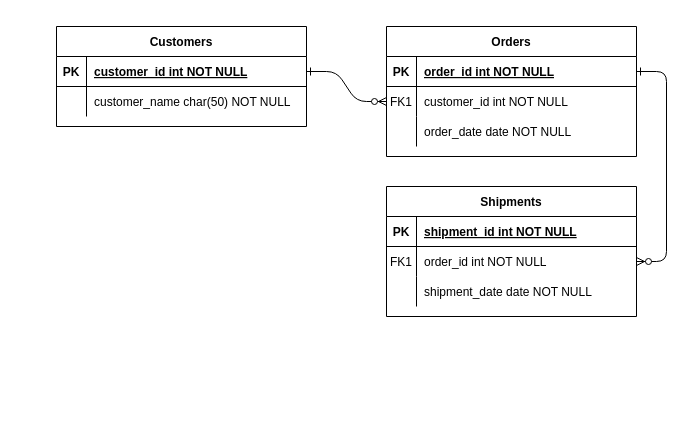
Above: Untitled Diagram.drawio in dev88jerry/AeroPlane-Chess (draw.io), before the change. Source tidied: cells renumbered, new cells numbered last; positions are measured from the earlier drawing's top-left corner, leaving out a move shared by most shapes. Both pictures are drawn from the tidied source at 100%, with x=0, y=0 at pixel (56, 26).
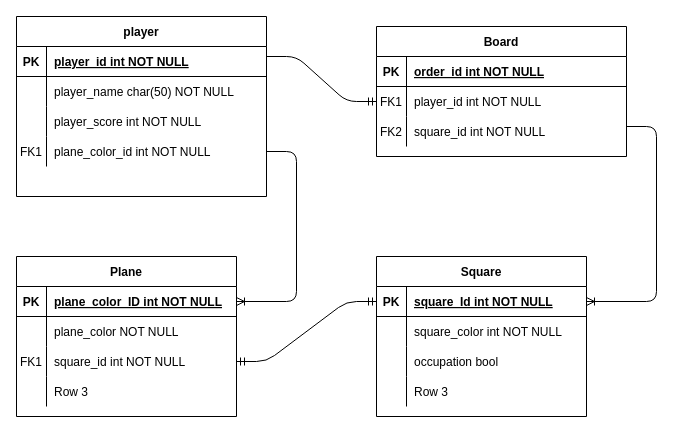
Above is the later version.

Unchanged cells that the change refers to:
```xml
<mxCell id="5" style="shape=partialRectangle;fillColor=none;points=[[0,0.5],[1,0.5]];portConstraint=eastwest;top=0;left=0;right=0;bottom=1;" parent="4" vertex="1">
  <mxGeometry y="30" width="250" height="30" as="geometry" />
</mxCell>
<mxCell id="8" style="shape=partialRectangle;fillColor=none;points=[[0,0.5],[1,0.5]];portConstraint=eastwest;top=0;left=0;right=0;bottom=0;" parent="4" vertex="1">
  <mxGeometry y="60" width="250" height="30" as="geometry" />
</mxCell>
<mxCell id="11" style="shape=partialRectangle;fillColor=none;top=0;left=0;right=0;bottom=0;" parent="4" vertex="1">
  <mxGeometry y="90" width="250" height="30" as="geometry" />
</mxCell>
<mxCell id="25" style="shape=partialRectangle;fillColor=none;points=[[0,0.5],[1,0.5]];portConstraint=eastwest;top=0;left=0;right=0;bottom=1;" parent="24" vertex="1">
  <mxGeometry y="30" width="250" height="30" as="geometry" />
</mxCell>
<mxCell id="28" style="shape=partialRectangle;fillColor=none;top=0;left=0;right=0;bottom=0;" parent="24" vertex="1">
  <mxGeometry y="60" width="250" height="30" as="geometry" />
</mxCell>
```

What changed in the source:
```diff
@@
-    <mxCell id="2" style="edgeStyle=entityRelationEdgeStyle;endArrow=ERzeroToMany;startArrow=ERone;endFill=1;startFill=0;" parent="1" edge="1" source="25" target="8">
-      <mxGeometry relative="1" as="geometry" />
-    </mxCell>
-    <mxCell id="3" style="edgeStyle=entityRelationEdgeStyle;endArrow=ERzeroToMany;startArrow=ERone;endFill=1;startFill=0;" parent="1" edge="1" source="5" target="18">
-      <mxGeometry relative="1" as="geometry" />
-    </mxCell>
-    <mxCell id="4" value="Orders" style="shape=table;startSize=30;childLayout=tableLayout;rowLines=0;fontStyle=1;align=center;" parent="1" vertex="1">
-      <mxGeometry x="330" width="250" height="130" as="geometry" />
+    <mxCell id="4" value="Board" style="shape=table;startSize=30;childLayout=tableLayout;rowLines=0;fontStyle=1;align=center;" parent="1" vertex="1">
+      <mxGeometry x="320" width="250" height="130" as="geometry" />
     </mxCell>
@@
-    <mxCell id="10" value="customer_id int NOT NULL" style="shape=partialRectangle;overflow=hidden;fillColor=none;top=0;left=0;bottom=0;right=0;align=left;spacingLeft=6;" parent="8" vertex="1">
+    <mxCell id="10" value="player_id int NOT NULL" style="shape=partialRectangle;overflow=hidden;fillColor=none;top=0;left=0;bottom=0;right=0;align=left;spacingLeft=6;" parent="8" vertex="1">
       <mxGeometry x="30" width="220" height="30" as="geometry" />
     </mxCell>
@@
-    <mxCell id="12" style="shape=partialRectangle;overflow=hidden;fillColor=none;top=0;left=0;bottom=0;right=0;" parent="11" vertex="1">
+    <mxCell id="12" value="FK2" style="shape=partialRectangle;overflow=hidden;fillColor=none;top=0;left=0;bottom=0;right=0;" parent="11" vertex="1">
       <mxGeometry width="30" height="30" as="geometry" />
     </mxCell>
-    <mxCell id="13" value="order_date date NOT NULL" style="shape=partialRectangle;overflow=hidden;fillColor=none;top=0;left=0;bottom=0;right=0;align=left;spacingLeft=6;" parent="11" vertex="1">
+    <mxCell id="13" value="square_id int NOT NULL" style="shape=partialRectangle;overflow=hidden;fillColor=none;top=0;left=0;bottom=0;right=0;align=left;spacingLeft=6;" parent="11" vertex="1">
       <mxGeometry x="30" width="220" height="30" as="geometry" />
     </mxCell>
-    <mxCell id="14" value="Shipments" style="shape=table;startSize=30;childLayout=tableLayout;rowLines=0;fontStyle=1;align=center;" parent="1" vertex="1">
-      <mxGeometry x="330" y="160" width="250" height="130" as="geometry" />
-    </mxCell>
-    <mxCell id="15" style="shape=partialRectangle;fillColor=none;top=0;left=0;right=0;bottom=1;" parent="14" vertex="1">
-      <mxGeometry y="30" width="250" height="30" as="geometry" />
-    </mxCell>
-    <mxCell id="16" value="PK" style="shape=partialRectangle;overflow=hidden;fillColor=none;top=0;left=0;bottom=0;right=0;fontStyle=1;" parent="15" vertex="1">
-      <mxGeometry width="30" height="30" as="geometry" />
-    </mxCell>
-    <mxCell id="17" value="shipment_id int NOT NULL " style="shape=partialRectangle;overflow=hidden;fillColor=none;top=0;left=0;bottom=0;right=0;align=left;spacingLeft=6;fontStyle=5;" parent="15" vertex="1">
-      <mxGeometry x="30" width="220" height="30" as="geometry" />
-    </mxCell>
-    <mxCell id="18" style="shape=partialRectangle;fillColor=none;points=[[0,0.5],[1,0.5]];portConstraint=eastwest;top=0;left=0;right=0;bottom=0;" parent="14" vertex="1">
-      <mxGeometry y="60" width="250" height="30" as="geometry" />
-    </mxCell>
-    <mxCell id="19" value="FK1" style="shape=partialRectangle;overflow=hidden;fillColor=none;top=0;left=0;bottom=0;right=0;" parent="18" vertex="1">
-      <mxGeometry width="30" height="30" as="geometry" />
-    </mxCell>
-    <mxCell id="20" value="order_id int NOT NULL" style="shape=partialRectangle;overflow=hidden;fillColor=none;top=0;left=0;bottom=0;right=0;align=left;spacingLeft=6;" parent="18" vertex="1">
-      <mxGeometry x="30" width="220" height="30" as="geometry" />
-    </mxCell>
-    <mxCell id="21" style="shape=partialRectangle;fillColor=none;top=0;left=0;right=0;bottom=0;" parent="14" vertex="1">
-      <mxGeometry y="90" width="250" height="30" as="geometry" />
-    </mxCell>
-    <mxCell id="22" style="shape=partialRectangle;overflow=hidden;fillColor=none;top=0;left=0;bottom=0;right=0;" parent="21" vertex="1">
-      <mxGeometry width="30" height="30" as="geometry" />
-    </mxCell>
-    <mxCell id="23" value="shipment_date date NOT NULL" style="shape=partialRectangle;overflow=hidden;fillColor=none;top=0;left=0;bottom=0;right=0;align=left;spacingLeft=6;" parent="21" vertex="1">
-      <mxGeometry x="30" width="220" height="30" as="geometry" />
-    </mxCell>
-    <mxCell id="24" value="Customers" style="shape=table;startSize=30;childLayout=tableLayout;rowLines=0;fontStyle=1;align=center;" parent="1" vertex="1">
-      <mxGeometry width="250" height="100" as="geometry" />
+    <mxCell id="24" value="player" style="shape=table;startSize=30;childLayout=tableLayout;rowLines=0;fontStyle=1;align=center;" parent="1" vertex="1">
+      <mxGeometry x="-40" y="-10" width="250" height="180" as="geometry" />
     </mxCell>
@@
-    <mxCell id="27" value="customer_id int NOT NULL " style="shape=partialRectangle;overflow=hidden;fillColor=none;top=0;left=0;bottom=0;right=0;align=left;spacingLeft=6;fontStyle=5;" parent="25" vertex="1">
+    <mxCell id="27" value="player_id int NOT NULL " style="shape=partialRectangle;overflow=hidden;fillColor=none;top=0;left=0;bottom=0;right=0;align=left;spacingLeft=6;fontStyle=5;" parent="25" vertex="1">
       <mxGeometry x="30" width="220" height="30" as="geometry" />
     </mxCell>
@@
-    <mxCell id="30" value="customer_name char(50) NOT NULL" style="shape=partialRectangle;overflow=hidden;fillColor=none;top=0;left=0;bottom=0;right=0;align=left;spacingLeft=6;" parent="28" vertex="1">
+    <mxCell id="30" value="player_name char(50) NOT NULL" style="shape=partialRectangle;overflow=hidden;fillColor=none;top=0;left=0;bottom=0;right=0;align=left;spacingLeft=6;" parent="28" vertex="1">
       <mxGeometry x="30" width="220" height="30" as="geometry" />
     </mxCell>
+    <mxCell id="31" style="shape=partialRectangle;fillColor=none;top=0;left=0;bottom=0;right=0;" parent="24" vertex="1">
+      <mxGeometry y="90" width="250" height="30" as="geometry" />
+    </mxCell>
+    <mxCell id="32" style="shape=partialRectangle;fillColor=none;top=0;left=0;bottom=0;right=0;overflow=hidden;" parent="31" vertex="1">
+      <mxGeometry width="30" height="30" as="geometry" />
+    </mxCell>
+    <mxCell id="33" value="player_score int NOT NULL" style="shape=partialRectangle;fillColor=none;top=0;left=0;bottom=0;right=0;align=left;spacingLeft=6;overflow=hidden;" parent="31" vertex="1">
+      <mxGeometry x="30" width="220" height="30" as="geometry" />
+    </mxCell>
+    <mxCell id="34" style="shape=partialRectangle;fillColor=none;top=0;left=0;bottom=0;right=0;points=[[0,0.5],[1,0.5]];portConstraint=eastwest;" parent="24" vertex="1">
+      <mxGeometry y="120" width="250" height="30" as="geometry" />
+    </mxCell>
+    <mxCell id="35" value="FK1" style="shape=partialRectangle;fillColor=none;top=0;left=0;bottom=0;right=0;overflow=hidden;" parent="34" vertex="1">
+      <mxGeometry width="30" height="30" as="geometry" />
+    </mxCell>
+    <mxCell id="36" value="plane_color_id int NOT NULL" style="shape=partialRectangle;fillColor=none;top=0;left=0;bottom=0;right=0;align=left;spacingLeft=6;overflow=hidden;" parent="34" vertex="1">
+      <mxGeometry x="30" width="220" height="30" as="geometry" />
+    </mxCell>
+    <mxCell id="37" value="Square" style="shape=table;startSize=30;childLayout=tableLayout;rowLines=0;fontStyle=1;align=center;" parent="1" vertex="1">
+      <mxGeometry x="320" y="230" width="210" height="160" as="geometry" />
+    </mxCell>
+    <mxCell id="38" style="shape=partialRectangle;fillColor=none;top=0;left=0;bottom=1;right=0;points=[[0,0.5],[1,0.5]];portConstraint=eastwest;" parent="37" vertex="1">
+      <mxGeometry y="30" width="210" height="30" as="geometry" />
+    </mxCell>
+    <mxCell id="39" value="PK" style="shape=partialRectangle;fillColor=none;top=0;left=0;bottom=0;right=0;fontStyle=1;overflow=hidden;" parent="38" vertex="1">
+      <mxGeometry width="30" height="30" as="geometry" />
+    </mxCell>
+    <mxCell id="40" value="square_Id int NOT NULL" style="shape=partialRectangle;fillColor=none;top=0;left=0;bottom=0;right=0;align=left;spacingLeft=6;fontStyle=5;overflow=hidden;" parent="38" vertex="1">
+      <mxGeometry x="30" width="180" height="30" as="geometry" />
+    </mxCell>
+    <mxCell id="41" style="shape=partialRectangle;fillColor=none;top=0;left=0;bottom=0;right=0;" parent="37" vertex="1">
+      <mxGeometry y="60" width="210" height="30" as="geometry" />
+    </mxCell>
+    <mxCell id="42" style="shape=partialRectangle;fillColor=none;top=0;left=0;bottom=0;right=0;overflow=hidden;" parent="41" vertex="1">
+      <mxGeometry width="30" height="30" as="geometry" />
+    </mxCell>
+    <mxCell id="43" value="square_color int NOT NULL" style="shape=partialRectangle;fillColor=none;top=0;left=0;bottom=0;right=0;align=left;spacingLeft=6;overflow=hidden;" parent="41" vertex="1">
+      <mxGeometry x="30" width="180" height="30" as="geometry" />
+    </mxCell>
+    <mxCell id="44" style="shape=partialRectangle;fillColor=none;top=0;left=0;bottom=0;right=0;" parent="37" vertex="1">
+      <mxGeometry y="90" width="210" height="30" as="geometry" />
+    </mxCell>
+    <mxCell id="45" style="shape=partialRectangle;fillColor=none;top=0;left=0;bottom=0;right=0;overflow=hidden;" parent="44" vertex="1">
+      <mxGeometry width="30" height="30" as="geometry" />
+    </mxCell>
+    <mxCell id="46" value="occupation bool" style="shape=partialRectangle;fillColor=none;top=0;left=0;bottom=0;right=0;align=left;spacingLeft=6;overflow=hidden;" parent="44" vertex="1">
+      <mxGeometry x="30" width="180" height="30" as="geometry" />
+    </mxCell>
+    <mxCell id="47" style="shape=partialRectangle;fillColor=none;top=0;left=0;bottom=0;right=0;" parent="37" vertex="1">
+      <mxGeometry y="120" width="210" height="30" as="geometry" />
+    </mxCell>
+    <mxCell id="48" style="shape=partialRectangle;fillColor=none;top=0;left=0;bottom=0;right=0;overflow=hidden;" parent="47" vertex="1">
+      <mxGeometry width="30" height="30" as="geometry" />
+    </mxCell>
+    <mxCell id="49" value="Row 3" style="shape=partialRectangle;fillColor=none;top=0;left=0;bottom=0;right=0;align=left;spacingLeft=6;overflow=hidden;" parent="47" vertex="1">
+      <mxGeometry x="30" width="180" height="30" as="geometry" />
+    </mxCell>
+    <mxCell id="50" style="edgeStyle=entityRelationEdgeStyle;fontSize=12;html=1;endArrow=ERmandOne;" parent="1" edge="1" target="8">
+      <mxGeometry relative="1" as="geometry">
+        <mxPoint x="210" y="30" as="sourcePoint" />
+      </mxGeometry>
+    </mxCell>
+    <mxCell id="51" style="edgeStyle=entityRelationEdgeStyle;fontSize=12;html=1;endArrow=ERoneToMany;" parent="1" edge="1" target="38">
+      <mxGeometry relative="1" as="geometry">
+        <mxPoint x="570" y="100" as="sourcePoint" />
+      </mxGeometry>
+    </mxCell>
+    <mxCell id="52" value="Plane" style="shape=table;startSize=30;childLayout=tableLayout;rowLines=0;fontStyle=1;align=center;" parent="1" vertex="1">
+      <mxGeometry x="-40" y="230" width="220" height="160" as="geometry" />
+    </mxCell>
+    <mxCell id="53" style="shape=partialRectangle;fillColor=none;top=0;left=0;bottom=1;right=0;points=[[0,0.5],[1,0.5]];portConstraint=eastwest;" parent="52" vertex="1">
+      <mxGeometry y="30" width="220" height="30" as="geometry" />
+    </mxCell>
+    <mxCell id="54" value="PK" style="shape=partialRectangle;fillColor=none;top=0;left=0;bottom=0;right=0;fontStyle=1;overflow=hidden;" parent="53" vertex="1">
+      <mxGeometry width="30" height="30" as="geometry" />
+    </mxCell>
+    <mxCell id="55" value="plane_color_ID int NOT NULL" style="shape=partialRectangle;fillColor=none;top=0;left=0;bottom=0;right=0;align=left;spacingLeft=6;fontStyle=5;overflow=hidden;" parent="53" vertex="1">
+      <mxGeometry x="30" width="190" height="30" as="geometry" />
+    </mxCell>
+    <mxCell id="56" style="shape=partialRectangle;fillColor=none;top=0;left=0;bottom=0;right=0;" parent="52" vertex="1">
+      <mxGeometry y="60" width="220" height="30" as="geometry" />
+    </mxCell>
+    <mxCell id="57" style="shape=partialRectangle;fillColor=none;top=0;left=0;bottom=0;right=0;overflow=hidden;" parent="56" vertex="1">
+      <mxGeometry width="30" height="30" as="geometry" />
+    </mxCell>
+    <mxCell id="58" value="plane_color NOT NULL " style="shape=partialRectangle;fillColor=none;top=0;left=0;bottom=0;right=0;align=left;spacingLeft=6;overflow=hidden;" parent="56" vertex="1">
+      <mxGeometry x="30" width="190" height="30" as="geometry" />
+    </mxCell>
+    <mxCell id="59" style="shape=partialRectangle;fillColor=none;top=0;left=0;bottom=0;right=0;points=[[0,0.5],[1,0.5]];portConstraint=eastwest;" parent="52" vertex="1">
+      <mxGeometry y="90" width="220" height="30" as="geometry" />
+    </mxCell>
+    <mxCell id="60" value="FK1" style="shape=partialRectangle;fillColor=none;top=0;left=0;bottom=0;right=0;overflow=hidden;" parent="59" vertex="1">
+      <mxGeometry width="30" height="30" as="geometry" />
+    </mxCell>
+    <mxCell id="61" value="square_id int NOT NULL " style="shape=partialRectangle;fillColor=none;top=0;left=0;bottom=0;right=0;align=left;spacingLeft=6;overflow=hidden;" parent="59" vertex="1">
+      <mxGeometry x="30" width="190" height="30" as="geometry" />
+    </mxCell>
+    <mxCell id="62" style="shape=partialRectangle;fillColor=none;top=0;left=0;bottom=0;right=0;" parent="52" vertex="1">
+      <mxGeometry y="120" width="220" height="30" as="geometry" />
+    </mxCell>
+    <mxCell id="63" style="shape=partialRectangle;fillColor=none;top=0;left=0;bottom=0;right=0;overflow=hidden;" parent="62" vertex="1">
+      <mxGeometry width="30" height="30" as="geometry" />
+    </mxCell>
+    <mxCell id="64" value="Row 3" style="shape=partialRectangle;fillColor=none;top=0;left=0;bottom=0;right=0;align=left;spacingLeft=6;overflow=hidden;" parent="62" vertex="1">
+      <mxGeometry x="30" width="190" height="30" as="geometry" />
+    </mxCell>
+    <mxCell id="65" style="edgeStyle=entityRelationEdgeStyle;fontSize=12;html=1;endArrow=ERoneToMany;entryX=1;entryY=0.5;entryDx=0;entryDy=0;" parent="1" edge="1" source="34" target="53">
+      <mxGeometry relative="1" as="geometry" />
+    </mxCell>
+    <mxCell id="66" style="edgeStyle=entityRelationEdgeStyle;fontSize=12;html=1;endArrow=ERmandOne;startArrow=ERmandOne;entryX=0;entryY=0.5;entryDx=0;entryDy=0;" parent="1" edge="1" source="59" target="38">
+      <mxGeometry relative="1" as="geometry" />
+    </mxCell>
```
